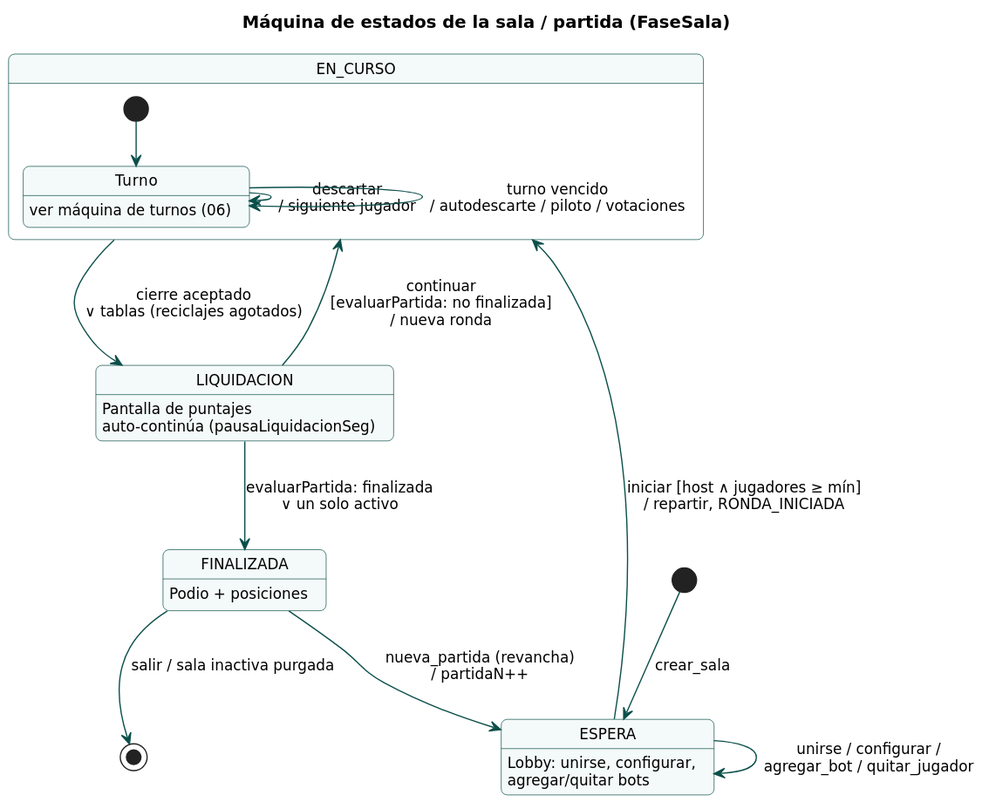
Earlier version of the PlantUML export docs/uml/render/05_estados_partida.svg (ValentinaLujan12/FAS-Entregable02).
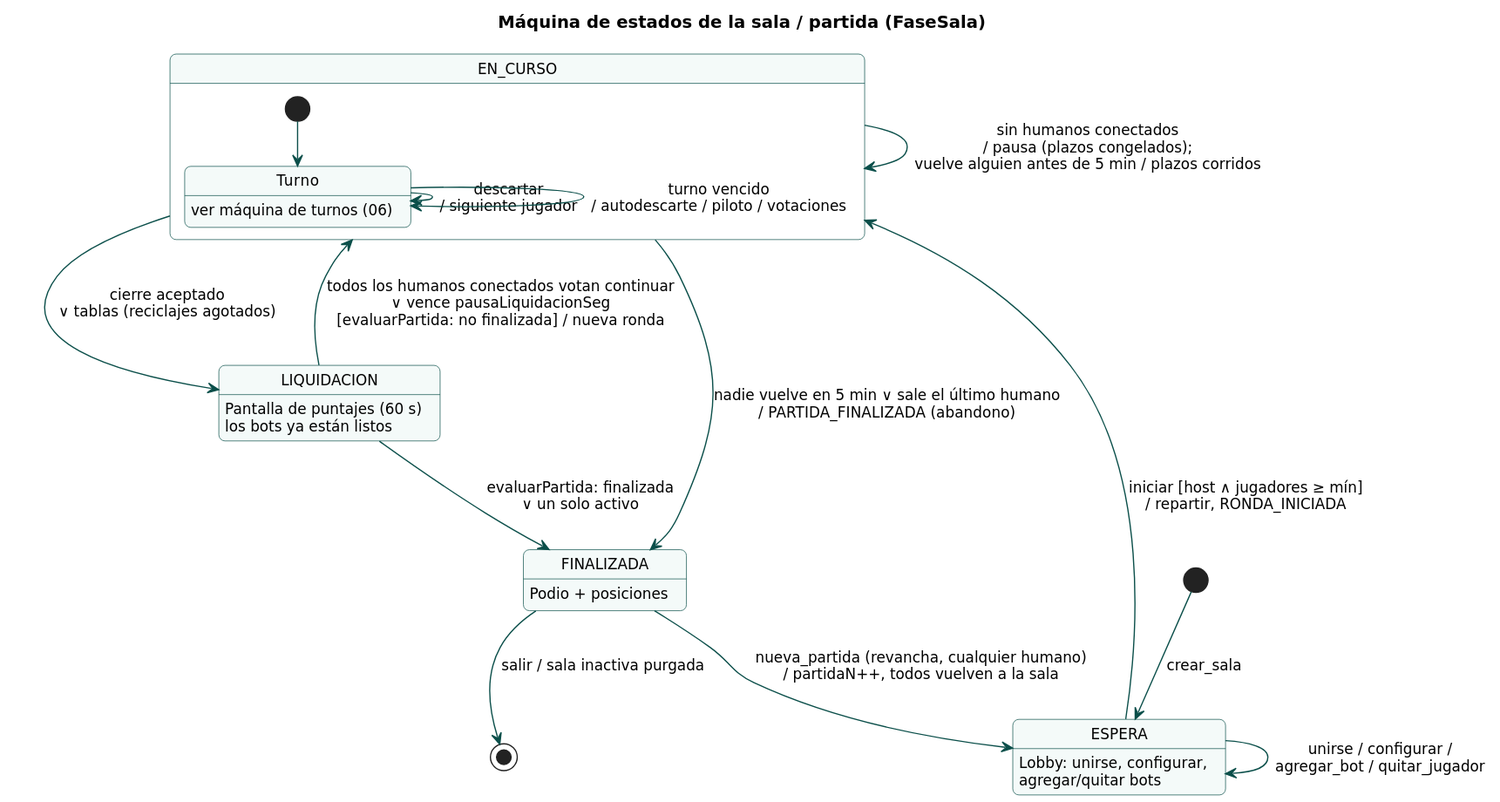
After the commit.

Diff of the diagram source:
```diff
@@ -15,10 +15,12 @@
 }
 
 EN_CURSO --> LIQUIDACION : cierre aceptado\n∨ tablas (reciclajes agotados)
-LIQUIDACION : Pantalla de puntajes\nauto-continúa (pausaLiquidacionSeg)
-LIQUIDACION --> EN_CURSO : continuar\n[evaluarPartida: no finalizada]\n/ nueva ronda
+LIQUIDACION : Pantalla de puntajes (60 s)\nlos bots ya están listos
+LIQUIDACION --> EN_CURSO : todos los humanos conectados votan continuar\n∨ vence pausaLiquidacionSeg\n[evaluarPartida: no finalizada] / nueva ronda
 LIQUIDACION --> FINALIZADA : evaluarPartida: finalizada\n∨ un solo activo
+EN_CURSO --> EN_CURSO : sin humanos conectados\n/ pausa (plazos congelados);\nvuelve alguien antes de 5 min / plazos corridos
+EN_CURSO --> FINALIZADA : nadie vuelve en 5 min ∨ sale el último humano\n/ PARTIDA_FINALIZADA (abandono)
 FINALIZADA : Podio + posiciones
-FINALIZADA --> ESPERA : nueva_partida (revancha)\n/ partidaN++
+FINALIZADA --> ESPERA : nueva_partida (revancha, cualquier humano)\n/ partidaN++, todos vuelven a la sala
 FINALIZADA --> [*] : salir / sala inactiva purgada
 @enduml
```
